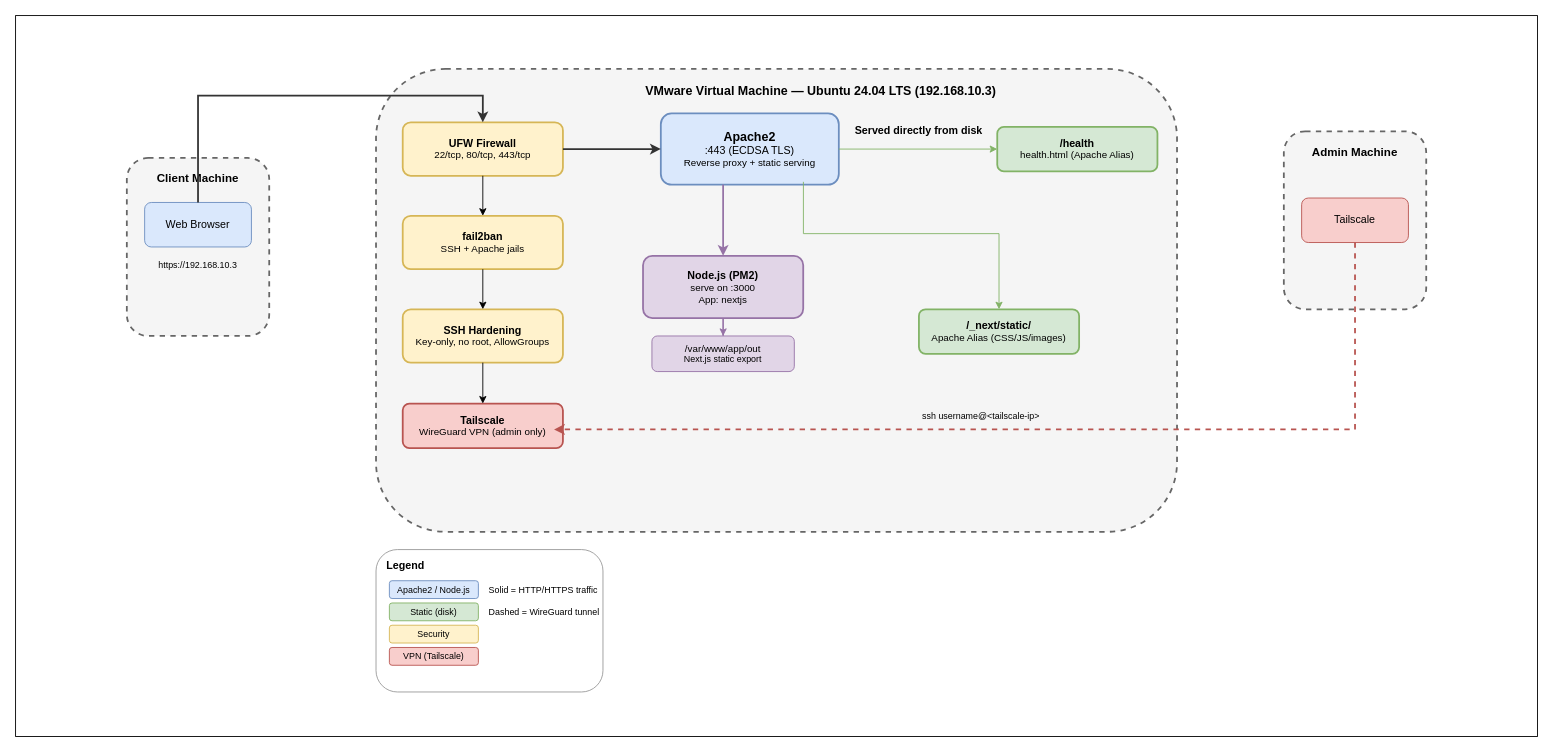
Before: docs/archi.drawio in ammdevl/linux-sysadmin-web-server-project, a draw.io diagram. Source tidied: cells renumbered, new cells numbered last; positions are measured from the earlier drawing's top-left corner, leaving out a move shared by most shapes. Both pictures are drawn from the tidied source at 89%, with x=0, y=0 at pixel (15, 15).
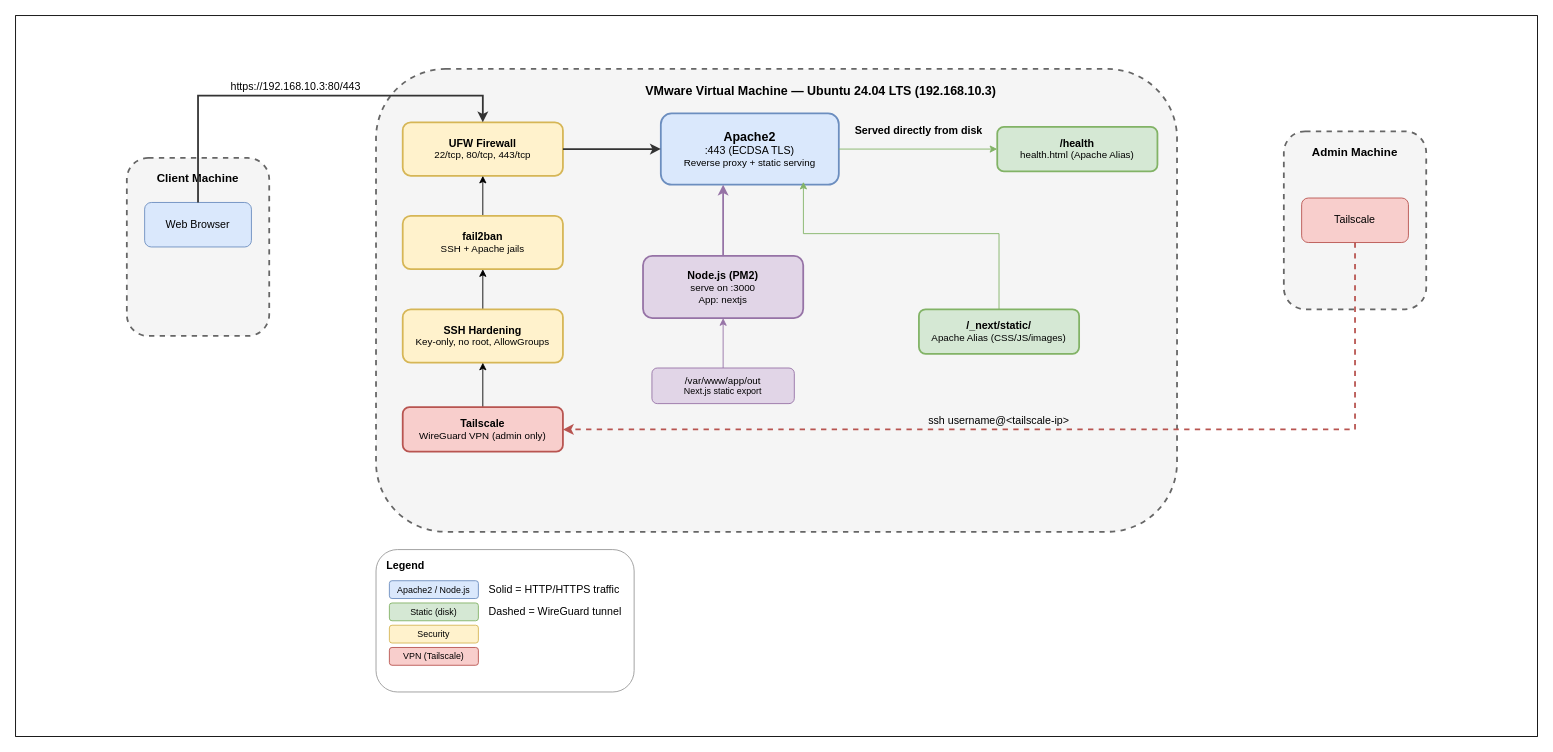
After the change.

Commit message (it also covers changes not shown here):
docs: update project name, presentation slides and architecture

Unchanged cells that the change refers to:
```xml
<mxCell id="5" value="&lt;b&gt;UFW Firewall&lt;/b&gt;&lt;div style=&quot;font-size:11px;&quot;&gt;22/tcp, 80/tcp, 443/tcp&lt;/div&gt;" style="rounded=1;whiteSpace=wrap;html=1;fillColor=#fff2cc;strokeColor=#d6b656;strokeWidth=2;" parent="1" vertex="1">
  <mxGeometry x="435" y="120" width="180" height="60" as="geometry" />
</mxCell>
<mxCell id="6" value="&lt;b&gt;fail2ban&lt;/b&gt;&lt;div style=&quot;font-size:11px;&quot;&gt;SSH + Apache jails&lt;/div&gt;" style="rounded=1;whiteSpace=wrap;html=1;fillColor=#fff2cc;strokeColor=#d6b656;strokeWidth=2;" parent="1" vertex="1">
  <mxGeometry x="435" y="225" width="180" height="60" as="geometry" />
</mxCell>
<mxCell id="7" value="&lt;b&gt;SSH Hardening&lt;/b&gt;&lt;div style=&quot;font-size:11px;&quot;&gt;Key-only, no root, AllowGroups&lt;/div&gt;" style="rounded=1;whiteSpace=wrap;html=1;fillColor=#fff2cc;strokeColor=#d6b656;strokeWidth=2;" parent="1" vertex="1">
  <mxGeometry x="435" y="330" width="180" height="60" as="geometry" />
</mxCell>
<mxCell id="8" value="&lt;b style=&quot;font-size:14px;&quot;&gt;Apache2&lt;/b&gt;&lt;div style=&quot;font-size:12px;&quot;&gt;:443 (ECDSA TLS)&lt;/div&gt;&lt;div style=&quot;font-size:11px;&quot;&gt;Reverse proxy + static serving&lt;/div&gt;" style="rounded=1;whiteSpace=wrap;html=1;fillColor=#dae8fc;strokeColor=#6c8ebf;strokeWidth=2;" parent="1" vertex="1">
  <mxGeometry x="725" y="110" width="200" height="80" as="geometry" />
</mxCell>
<mxCell id="11" value="&lt;b&gt;/_next/static/&lt;/b&gt;&lt;div style=&quot;font-size:11px;&quot;&gt;Apache Alias (CSS/JS/images)&lt;/div&gt;" style="rounded=1;whiteSpace=wrap;html=1;fillColor=#d5e8d4;strokeColor=#82b366;strokeWidth=2;" parent="1" vertex="1">
  <mxGeometry x="1015" y="330" width="180" height="50" as="geometry" />
</mxCell>
<mxCell id="12" value="&lt;b&gt;Node.js (PM2)&lt;/b&gt;&lt;div style=&quot;font-size:11px;&quot;&gt;serve on :3000&lt;/div&gt;&lt;div style=&quot;font-size:11px;&quot;&gt;App: nextjs&lt;/div&gt;" style="rounded=1;whiteSpace=wrap;html=1;fillColor=#e1d5e7;strokeColor=#9673a6;strokeWidth=2;" parent="1" vertex="1">
  <mxGeometry x="705" y="270" width="180" height="70" as="geometry" />
</mxCell>
<mxCell id="21" value="Tailscale" style="rounded=1;whiteSpace=wrap;html=1;fillColor=#f8cecc;strokeColor=#b85450;strokeWidth=1;" parent="1" vertex="1">
  <mxGeometry x="1445" y="205" width="120" height="50" as="geometry" />
</mxCell>
```

Change to the diagram source:
```diff
@@
+    <mxCell id="41" style="edgeStyle=orthogonalEdgeStyle;rounded=0;jettySize=auto;html=1;entryX=0.5;entryY=1;entryDx=0;entryDy=0;" parent="1" edge="1" source="6" target="5">
+      <mxGeometry relative="1" as="geometry" />
+    </mxCell>
@@
+    <mxCell id="42" style="edgeStyle=orthogonalEdgeStyle;rounded=0;jettySize=auto;html=1;entryX=0.5;entryY=1;entryDx=0;entryDy=0;" parent="1" edge="1" source="7" target="6">
+      <mxGeometry relative="1" as="geometry" />
+    </mxCell>
@@
     <mxCell id="13" value="&lt;div style=&quot;font-size:11px;&quot;&gt;/var/www/app/out&lt;/div&gt;&lt;div style=&quot;font-size:10px;&quot;&gt;Next.js static export&lt;/div&gt;" style="rounded=1;whiteSpace=wrap;html=1;fillColor=#e1d5e7;strokeColor=#9673a6;strokeWidth=1;" parent="1" vertex="1">
-      <mxGeometry x="715" y="360" width="160" height="40" as="geometry" />
+      <mxGeometry x="715" y="396" width="160" height="40" as="geometry" />
     </mxCell>
+    <mxCell id="43" style="edgeStyle=orthogonalEdgeStyle;rounded=0;jettySize=auto;html=1;entryX=0.5;entryY=1;entryDx=0;entryDy=0;" parent="1" edge="1" source="14" target="7">
+      <mxGeometry relative="1" as="geometry" />
+    </mxCell>
     <mxCell id="14" value="&lt;b&gt;Tailscale&lt;/b&gt;&lt;div style=&quot;font-size:11px;&quot;&gt;WireGuard VPN (admin only)&lt;/div&gt;" style="rounded=1;whiteSpace=wrap;html=1;fillColor=#f8cecc;strokeColor=#b85450;strokeWidth=2;" parent="1" vertex="1">
-      <mxGeometry x="435" y="436" width="180" height="50" as="geometry" />
+      <mxGeometry x="435" y="440" width="180" height="50" as="geometry" />
     </mxCell>
@@
-    <mxCell id="18" value="https://192.168.10.3" style="text;html=1;whiteSpace=wrap;strokeColor=none;fillColor=none;align=center;verticalAlign=middle;rounded=0;fontSize=10;" parent="1" vertex="1">
-      <mxGeometry x="145" y="270" width="120" height="20" as="geometry" />
+    <mxCell id="18" value="&lt;font style=&quot;font-size: 12px;&quot;&gt;https://192.168.10.3:80/443&lt;/font&gt;" style="text;html=1;whiteSpace=wrap;strokeColor=none;fillColor=none;align=center;verticalAlign=middle;rounded=0;fontSize=10;" parent="1" vertex="1">
+      <mxGeometry x="255" y="70" width="120" height="20" as="geometry" />
     </mxCell>
@@
-    <mxCell id="22" value="ssh username@&amp;lt;tailscale-ip&amp;gt;" style="text;html=1;whiteSpace=wrap;strokeColor=none;fillColor=none;align=center;verticalAlign=middle;rounded=0;fontSize=10;rotation=0;" parent="1" vertex="1">
-      <mxGeometry x="1015" y="440" width="140" height="20" as="geometry" />
+    <mxCell id="22" value="&lt;font style=&quot;font-size: 12px;&quot;&gt;ssh username@&amp;lt;tailscale-ip&amp;gt;&lt;/font&gt;" style="text;html=1;whiteSpace=wrap;strokeColor=none;fillColor=none;align=center;verticalAlign=middle;rounded=0;fontSize=10;rotation=0;" parent="1" vertex="1">
+      <mxGeometry x="1015" y="445" width="180" height="20" as="geometry" />
     </mxCell>
@@
-    <mxCell id="24" style="edgeStyle=orthogonalEdgeStyle;rounded=0;jettySize=auto;html=1;" parent="1" edge="1" source="5" target="6">
-      <mxGeometry relative="1" as="geometry" />
-    </mxCell>
-    <mxCell id="25" style="edgeStyle=orthogonalEdgeStyle;rounded=0;jettySize=auto;html=1;" parent="1" edge="1" source="6" target="7">
-      <mxGeometry relative="1" as="geometry" />
-    </mxCell>
@@
-    <mxCell id="28" style="edgeStyle=orthogonalEdgeStyle;rounded=0;jettySize=auto;html=1;strokeWidth=2;strokeColor=#9673a6;" parent="1" edge="1" source="8" target="12">
+    <mxCell id="28" style="edgeStyle=orthogonalEdgeStyle;rounded=0;jettySize=auto;html=1;strokeWidth=2;strokeColor=#9673a6;startArrow=classic;startFill=1;endArrow=none;endFill=0;" parent="1" edge="1" source="8" target="12">
       <mxGeometry relative="1" as="geometry">
         <Array as="points">
           <mxPoint x="795" y="210" />
           <mxPoint x="795" y="210" />
         </Array>
       </mxGeometry>
     </mxCell>
-    <mxCell id="29" style="edgeStyle=orthogonalEdgeStyle;rounded=0;jettySize=auto;html=1;strokeColor=#9673a6;" parent="1" edge="1" source="12" target="13">
+    <mxCell id="29" style="edgeStyle=orthogonalEdgeStyle;rounded=0;jettySize=auto;html=1;strokeColor=#9673a6;startArrow=classic;startFill=1;endArrow=none;endFill=0;" parent="1" edge="1" source="12" target="13">
       <mxGeometry relative="1" as="geometry" />
     </mxCell>
-    <mxCell id="30" style="edgeStyle=orthogonalEdgeStyle;rounded=0;jettySize=auto;html=1;" parent="1" edge="1" source="7" target="14">
-      <mxGeometry relative="1" as="geometry" />
-    </mxCell>
-    <mxCell id="31" style="edgeStyle=orthogonalEdgeStyle;rounded=0;jettySize=auto;html=1;strokeWidth=2;strokeColor=#b85450;dashed=1;exitX=0.5;exitY=1;exitDx=0;exitDy=0;" parent="1" edge="1" source="21">
+    <mxCell id="31" style="edgeStyle=orthogonalEdgeStyle;rounded=0;jettySize=auto;html=1;strokeWidth=2;strokeColor=#b85450;dashed=1;exitX=0.5;exitY=1;exitDx=0;exitDy=0;entryX=1;entryY=0.5;entryDx=0;entryDy=0;" parent="1" edge="1" source="21" target="14">
       <mxGeometry relative="1" as="geometry">
-        <mxPoint x="605" y="465" as="targetPoint" />
         <Array as="points">
           <mxPoint x="1505" y="465" />
+          <mxPoint x="615" y="465" />
         </Array>
       </mxGeometry>
     </mxCell>
     <mxCell id="32" style="rounded=1;whiteSpace=wrap;html=1;fillColor=#ffffff;strokeColor=#999999;strokeWidth=1;" parent="1" vertex="1">
-      <mxGeometry x="405" y="600" width="255" height="160" as="geometry" />
+      <mxGeometry x="405" y="600" width="290" height="160" as="geometry" />
     </mxCell>
@@
-    <mxCell id="38" value="Solid = HTTP/HTTPS traffic" style="text;html=1;whiteSpace=wrap;strokeColor=none;fillColor=none;align=left;verticalAlign=middle;rounded=0;fontSize=10;" parent="1" vertex="1">
-      <mxGeometry x="530" y="635" width="130" height="20" as="geometry" />
+    <mxCell id="38" value="&lt;font style=&quot;font-size: 12px;&quot;&gt;Solid = HTTP/HTTPS traffic&lt;/font&gt;" style="text;html=1;whiteSpace=wrap;strokeColor=none;fillColor=none;align=left;verticalAlign=middle;rounded=0;fontSize=10;" parent="1" vertex="1">
+      <mxGeometry x="530" y="635" width="160" height="20" as="geometry" />
     </mxCell>
-    <mxCell id="39" value="Dashed = WireGuard tunnel" style="text;html=1;whiteSpace=wrap;strokeColor=none;fillColor=none;align=left;verticalAlign=middle;rounded=0;fontSize=10;" parent="1" vertex="1">
-      <mxGeometry x="530" y="660" width="130" height="20" as="geometry" />
+    <mxCell id="39" value="&lt;font style=&quot;font-size: 12px;&quot;&gt;Dashed = WireGuard tunnel&lt;/font&gt;" style="text;html=1;whiteSpace=wrap;strokeColor=none;fillColor=none;align=left;verticalAlign=middle;rounded=0;fontSize=10;" parent="1" vertex="1">
+      <mxGeometry x="530" y="660" width="160" height="20" as="geometry" />
     </mxCell>
-    <mxCell id="40" style="edgeStyle=orthogonalEdgeStyle;rounded=0;jettySize=auto;html=1;strokeColor=#82b366;exitX=0.801;exitY=0.96;exitDx=0;exitDy=0;exitPerimeter=0;entryX=0.5;entryY=0;entryDx=0;entryDy=0;" parent="1" edge="1" source="8" target="11">
+    <mxCell id="40" style="edgeStyle=orthogonalEdgeStyle;rounded=0;jettySize=auto;html=1;strokeColor=#82b366;exitX=0.801;exitY=0.96;exitDx=0;exitDy=0;exitPerimeter=0;entryX=0.5;entryY=0;entryDx=0;entryDy=0;endArrow=none;endFill=0;startArrow=classic;startFill=1;" parent="1" edge="1" source="8" target="11">
       <mxGeometry relative="1" as="geometry">
         <Array as="points">
           <mxPoint x="885.2" y="245" />
           <mxPoint x="1105" y="245" />
         </Array>
       </mxGeometry>
     </mxCell>
```
